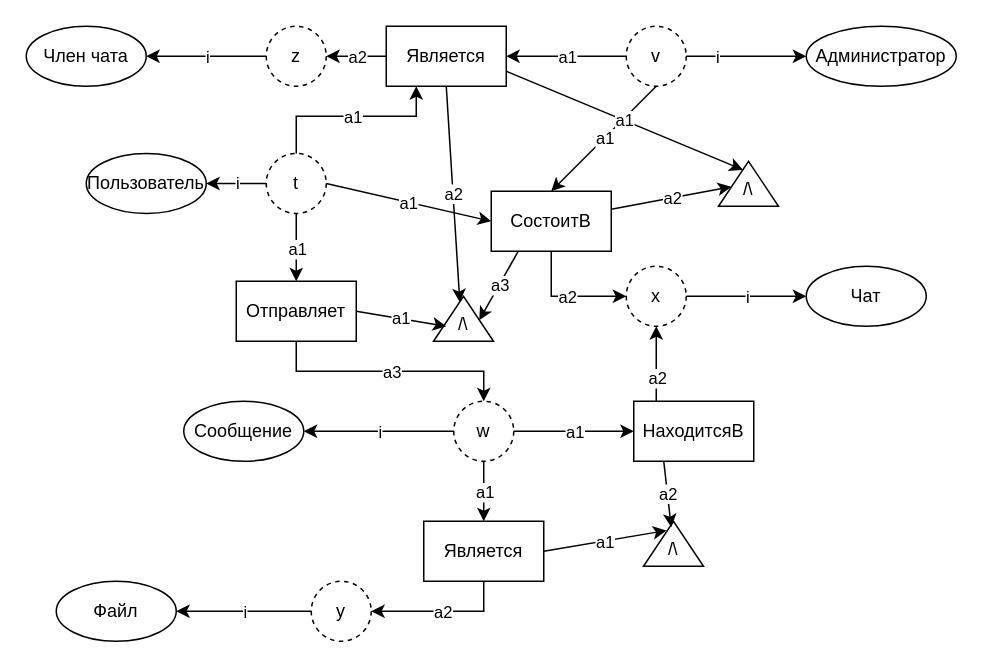
This is Полная семантическая сеть.drawio from marsek4/database, a draw.io file, before an edit. Source tidied: cells renumbered, new cells numbered last; positions are measured from the earlier drawing's top-left corner, leaving out a move shared by most shapes. Both pictures are drawn from the tidied source at 150%, with x=0, y=0 at pixel (26, 26).
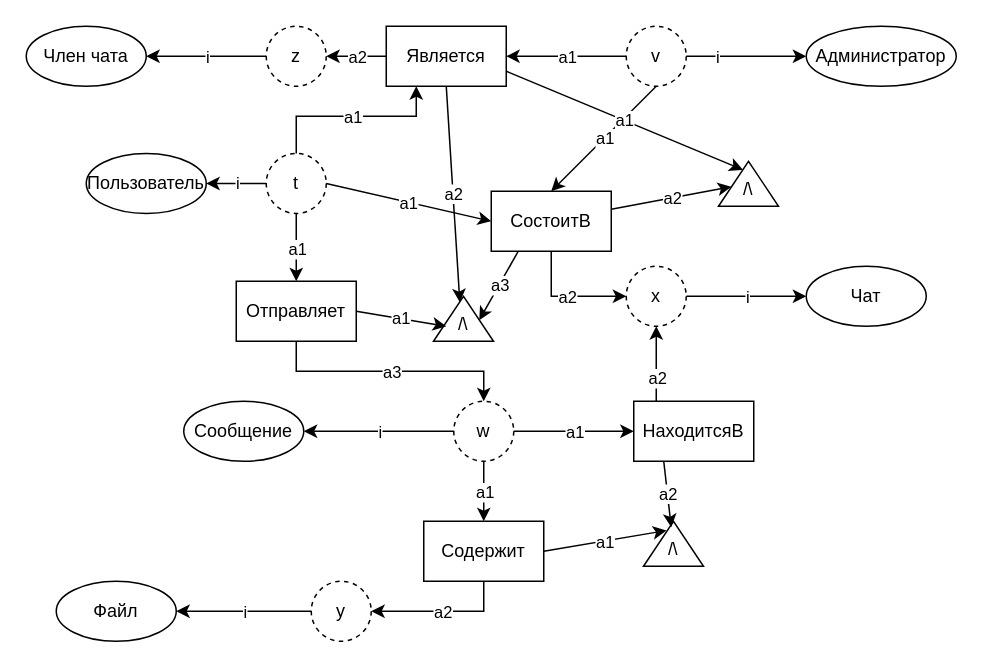
The same page after the edit.

Diff of the diagram source:
```diff
@@
-    <mxCell id="38" value="Является" style="rounded=0;whiteSpace=wrap;html=1;" parent="1" vertex="1">
+    <mxCell id="38" value="Содержит" style="rounded=0;whiteSpace=wrap;html=1;" parent="1" vertex="1">
       <mxGeometry x="265" y="330" width="80" height="40" as="geometry" />
     </mxCell>
```
